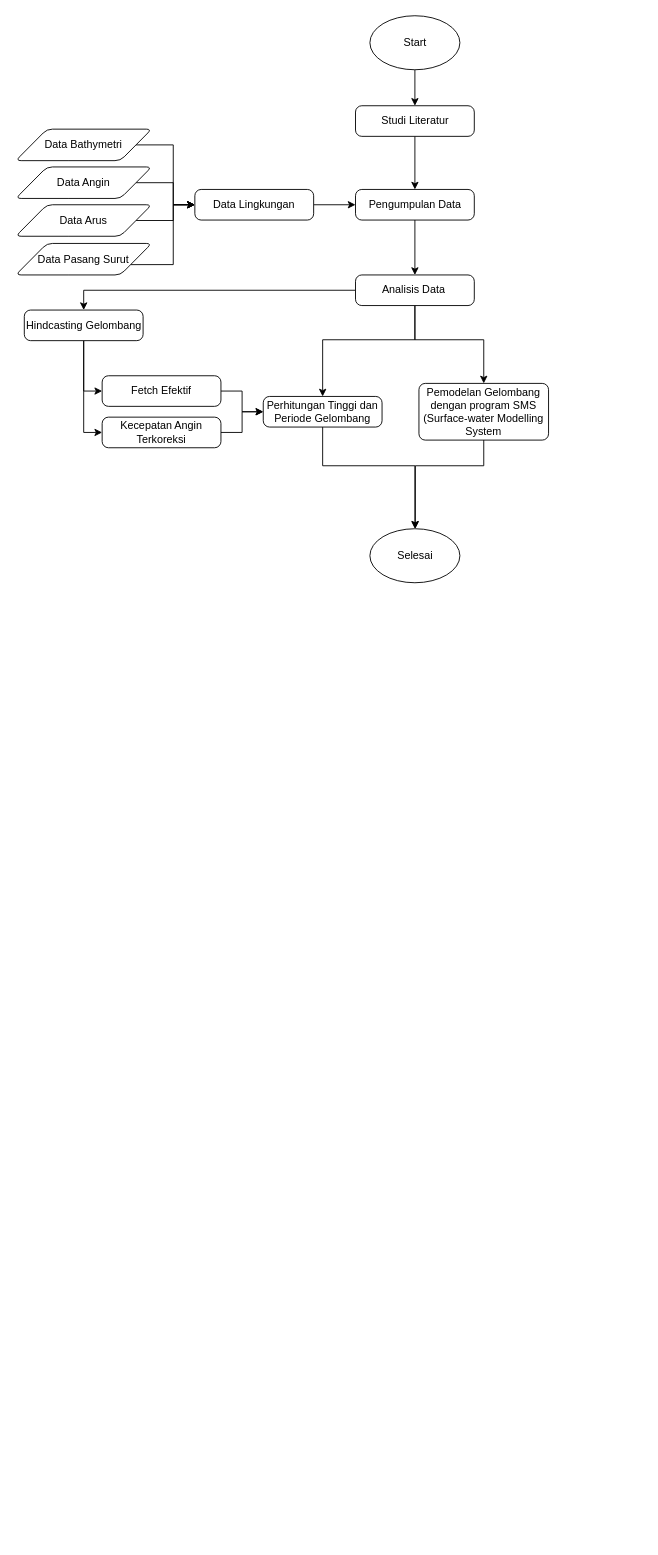
Above: Laporan Kerja Praktek.drawio in rubin429/design-port-and-harbour (draw.io), before the change. Source tidied: cells renumbered, new cells numbered last; positions are measured from the earlier drawing's top-left corner, leaving out a move shared by most shapes. Both pictures are drawn from the tidied source at 90%, with x=0, y=0 at pixel (15, 15).
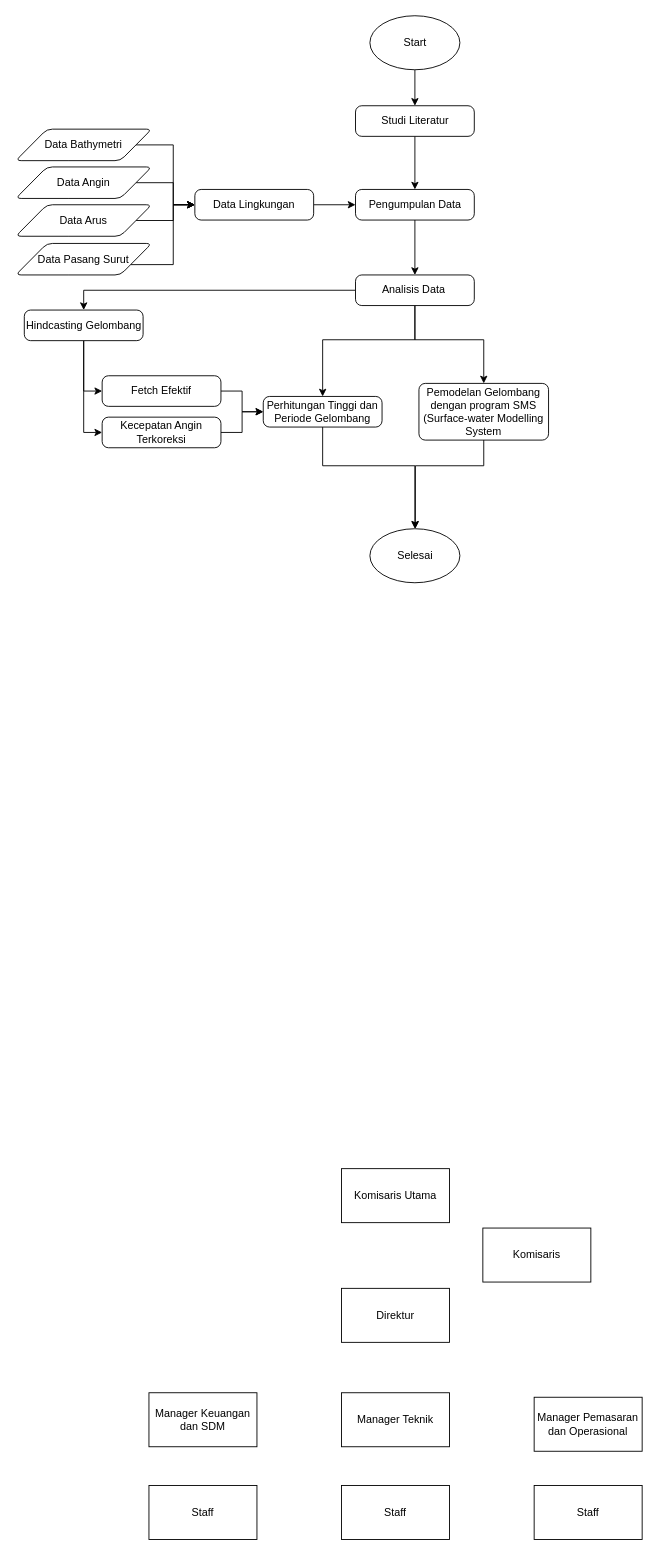
Above is the later version.

Change to the diagram source:
```diff
@@
+    <mxCell id="34" value="Direktur" style="rounded=0;whiteSpace=wrap;html=1;" parent="1" vertex="1">
+      <mxGeometry x="362" y="1414" width="120" height="60" as="geometry" />
+    </mxCell>
+    <mxCell id="35" value="Komisaris Utama" style="rounded=0;whiteSpace=wrap;html=1;" parent="1" vertex="1">
+      <mxGeometry x="362" y="1281" width="120" height="60" as="geometry" />
+    </mxCell>
+    <mxCell id="36" value="Komisaris" style="rounded=0;whiteSpace=wrap;html=1;" parent="1" vertex="1">
+      <mxGeometry x="519" y="1347" width="120" height="60" as="geometry" />
+    </mxCell>
+    <mxCell id="37" value="Manager Keuangan dan SDM" style="rounded=0;whiteSpace=wrap;html=1;" parent="1" vertex="1">
+      <mxGeometry x="148" y="1530" width="120" height="60" as="geometry" />
+    </mxCell>
+    <mxCell id="38" value="Manager Teknik" style="rounded=0;whiteSpace=wrap;html=1;" parent="1" vertex="1">
+      <mxGeometry x="362" y="1530" width="120" height="60" as="geometry" />
+    </mxCell>
+    <mxCell id="39" value="Manager Pemasaran dan Operasional" style="rounded=0;whiteSpace=wrap;html=1;" parent="1" vertex="1">
+      <mxGeometry x="576" y="1535" width="120" height="60" as="geometry" />
+    </mxCell>
+    <mxCell id="40" value="Staff" style="rounded=0;whiteSpace=wrap;html=1;" parent="1" vertex="1">
+      <mxGeometry x="148" y="1633" width="120" height="60" as="geometry" />
+    </mxCell>
+    <mxCell id="41" value="Staff" style="rounded=0;whiteSpace=wrap;html=1;" parent="1" vertex="1">
+      <mxGeometry x="362" y="1633" width="120" height="60" as="geometry" />
+    </mxCell>
+    <mxCell id="42" value="Staff" style="rounded=0;whiteSpace=wrap;html=1;" parent="1" vertex="1">
+      <mxGeometry x="576" y="1633" width="120" height="60" as="geometry" />
+    </mxCell>
```
